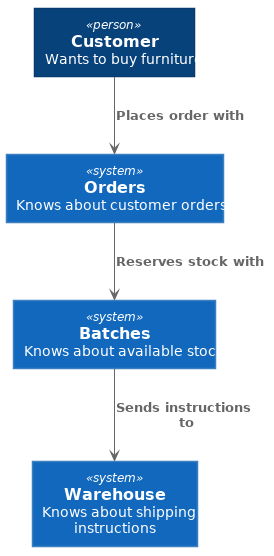
The PlantUML diagram images/batches_context_diagram.png in cosmicpython/book, before a commit. Its diagram source:
```plantuml
@startuml Batches Context Diagram





skinparam defaultTextAlignment center

skinparam wrapWidth 200
skinparam maxMessageSize 150

skinparam rectangle {
    StereotypeFontSize 12
    shadowing false
}

skinparam database {
    StereotypeFontSize 12
    shadowing false
}

skinparam Arrow {
    Color #666666
    FontColor #666666
    FontSize 12
}

skinparam rectangle<<boundary>> {
    Shadowing false
    StereotypeFontSize 0
    FontColor #444444
    BorderColor #444444
    BorderStyle dashed
}






















skinparam defaultTextAlignment center

skinparam wrapWidth 200
skinparam maxMessageSize 150

skinparam rectangle {
    StereotypeFontSize 12
    shadowing false
}

skinparam database {
    StereotypeFontSize 12
    shadowing false
}

skinparam Arrow {
    Color #666666
    FontColor #666666
    FontSize 12
}

skinparam rectangle<<boundary>> {
    Shadowing false
    StereotypeFontSize 0
    FontColor #444444
    BorderColor #444444
    BorderStyle dashed
}






















skinparam rectangle<<person>> {
    StereotypeFontColor #FFFFFF
    FontColor #FFFFFF
    BackgroundColor #08427B
    BorderColor #073B6F
}

skinparam rectangle<<external_person>> {
    StereotypeFontColor #FFFFFF
    FontColor #FFFFFF
    BackgroundColor #686868
    BorderColor #8A8A8A
}

skinparam rectangle<<system>> {
    StereotypeFontColor #FFFFFF
    FontColor #FFFFFF
    BackgroundColor #1168BD
    BorderColor #3C7FC0
}

skinparam rectangle<<external_system>> {
    StereotypeFontColor #FFFFFF
    FontColor #FFFFFF
    BackgroundColor #999999
    BorderColor #8A8A8A
}

skinparam database<<system>> {
    StereotypeFontColor #FFFFFF
    FontColor #FFFFFF
    BackgroundColor #1168BD
    BorderColor #3C7FC0
}

skinparam database<<external_system>> {
    StereotypeFontColor #FFFFFF
    FontColor #FFFFFF
    BackgroundColor #999999
    BorderColor #8A8A8A
}












rectangle "==Batches\n\n Knows about available stock" <<system>> as batches

rectangle "==Customer\n\n Wants to buy furniture" <<person>> as customer

rectangle "==Orders\n\n Knows about customer orders" <<system>> as orders
rectangle "==Warehouse\n\n Knows about shipping instructions" <<system>> as warehouse

customer --> orders : "===Places order with"
orders --> batches : "===Reserves stock with"
batches --> warehouse : "===Sends instructions to"

@enduml
```
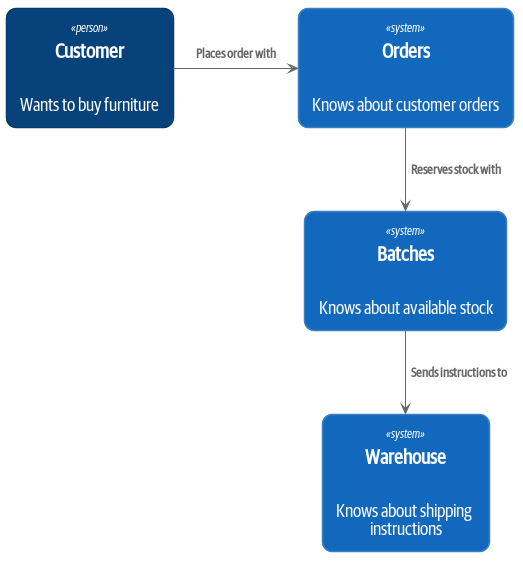
The same file after the commit.

Diff of the diagram source:
```diff
@@ -1,54 +1,53 @@
 @startuml Batches Context Diagram
-
-
-
-
-
-skinparam defaultTextAlignment center
-
-skinparam wrapWidth 200
-skinparam maxMessageSize 150
-
-skinparam rectangle {
-    StereotypeFontSize 12
-    shadowing false
+skinparam default {
+    FontName Guardian Sans Cond Regular
+    FontSize 18
+    FontColor Black
 }
 
-skinparam database {
-    StereotypeFontSize 12
-    shadowing false
+skinparam class {
+    BackgroundColor Lavender
+    BorderColor RoyalBlue
+}
+skinparam package {
+    FontName Guardian Sans Cond Light
 }
 
-skinparam Arrow {
-    Color #666666
-    FontColor #666666
-    FontSize 12
+skinparam sequencelifeline {
+    BorderColor RoyalBlue
 }
-
-skinparam rectangle<<boundary>> {
-    Shadowing false
-    StereotypeFontSize 0
-    FontColor #444444
-    BorderColor #444444
-    BorderStyle dashed
+skinparam arrow {
+    Color RoyalBlue
 }
-
-
-
-
-
-
-
-
-
-
-
-
-
-
-
-
-
+skinparam participant {
+    BackgroundColor Lavender
+    BorderColor RoyalBlue
+}
+skinparam entity {
+    BackgroundColor Lavender
+    BorderColor RoyalBlue
+}
+skinparam collections {
+    BackgroundColor Lavender
+    BorderColor RoyalBlue
+}
+skinparam database {
+    BackgroundColor Lavender
+    BorderColor RoyalBlue
+}
+skinparam boundary {
+    BackgroundColor Lavender
+    BorderColor RoyalBlue
+}
+skinparam actor {
+    Color DeepSkyBlue
+    BackgroundColor Lavender
+    BorderColor RoyalBlue
+}
+skinparam sequencegroupheader {
+    FontName Guardian Sans Cond Light
+}
+skinparam padding 4
 
 
 
@@ -157,15 +156,15 @@
 
 
 
+skinparam roundCorner 20
+
 rectangle "==Batches\n\n Knows about available stock" <<system>> as batches
-
 rectangle "==Customer\n\n Wants to buy furniture" <<person>> as customer
-
 rectangle "==Orders\n\n Knows about customer orders" <<system>> as orders
 rectangle "==Warehouse\n\n Knows about shipping instructions" <<system>> as warehouse
 
-customer --> orders : "===Places order with"
-orders --> batches : "===Reserves stock with"
-batches --> warehouse : "===Sends instructions to"
+customer -RIGHT-> orders : "===Places order with"
+orders -DOWN-> batches : "===Reserves stock with"
+batches -DOWN-> warehouse : "===Sends instructions to"
 
 @enduml
```
